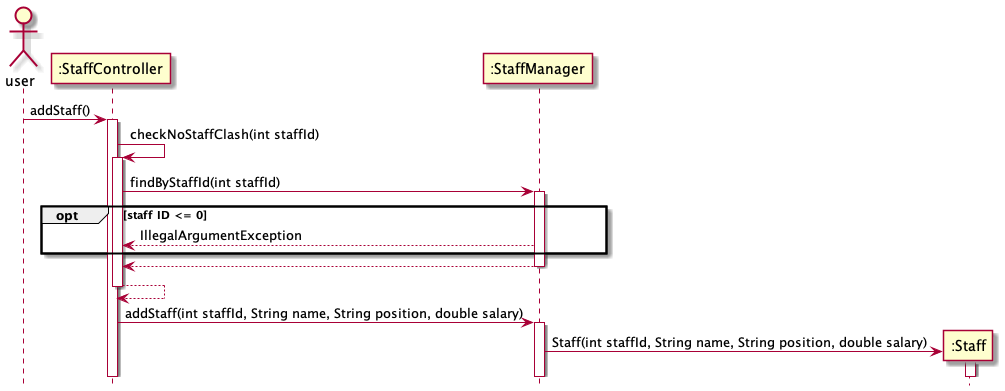
nus-cs2113-AY2122S2/tp keeps this PlantUML diagram as docs/diagrams/sequence/StaffManager_addStaff.png. Above is the earlier version. Its source is kept beside it as docs/uml/sequence/StaffManager_addStaff.puml. The source it was exported from:
```plantuml
@startuml

hide footbox

actor user
participant ":StaffController" as staffcontroller
participant ":StaffManager" as staffmanager
participant ":Staff" as staff


user -> staffcontroller: addStaff()
activate staffcontroller

staffcontroller -> staffcontroller: checkNoStaffClash(int staffId)
activate staffcontroller
staffcontroller -> staffmanager: findByStaffId(int staffId)
activate staffmanager

opt staff ID <= 0
staffmanager --> staffcontroller: IllegalArgumentException
end

staffmanager --> staffcontroller
deactivate staffmanager
staffcontroller --> staffcontroller
deactivate staffcontroller

staffcontroller -> staffmanager: addStaff(int staffId, String name, String position, double salary)
activate staffmanager

staffmanager -> staff ** : Staff(int staffId, String name, String position, double salary)
activate staff

@enduml
```
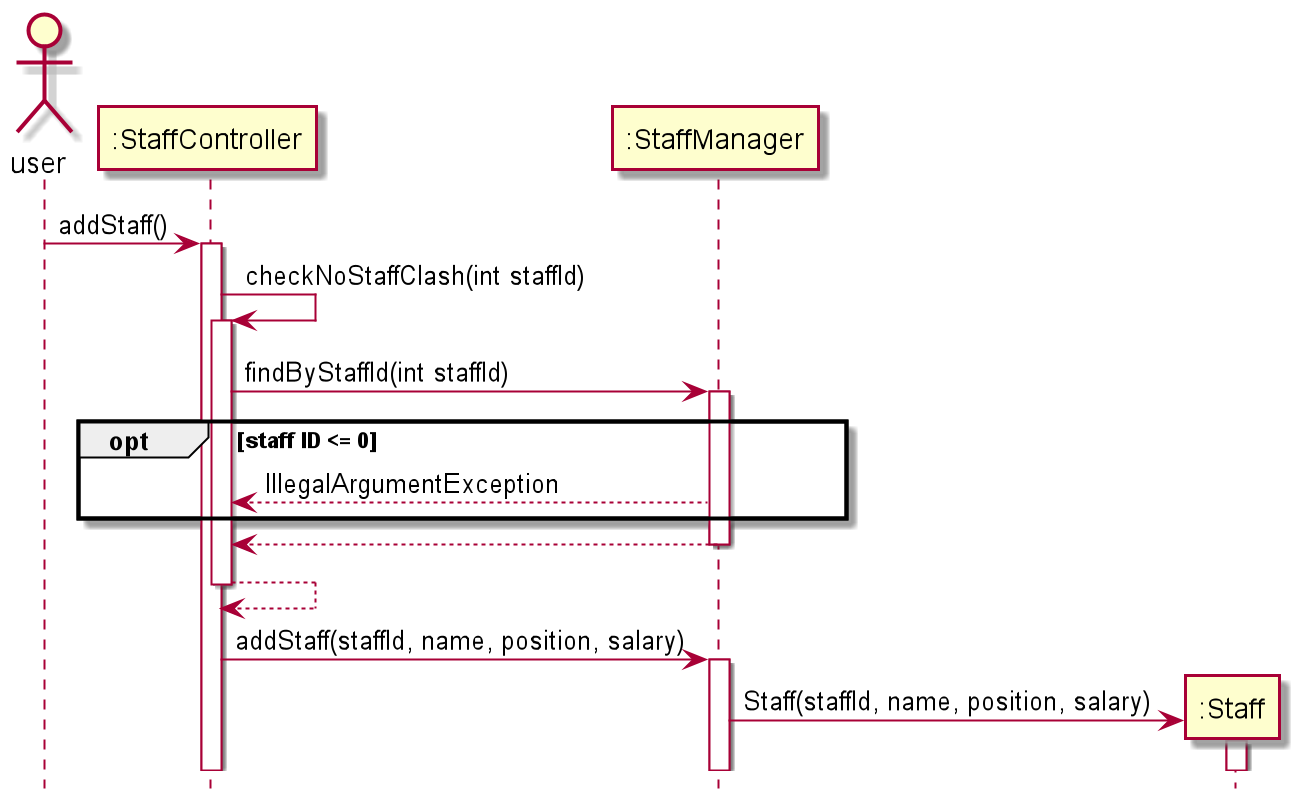
After the change.

Diff of the diagram source:
```diff
@@ -25,10 +25,10 @@
 staffcontroller --> staffcontroller
 deactivate staffcontroller
 
-staffcontroller -> staffmanager: addStaff(int staffId, String name, String position, double salary)
+staffcontroller -> staffmanager: addStaff(staffId, name, position, salary)
 activate staffmanager
 
-staffmanager -> staff ** : Staff(int staffId, String name, String position, double salary)
+staffmanager -> staff ** : Staff(staffId, name, position, salary)
 activate staff
 
 @enduml
```
